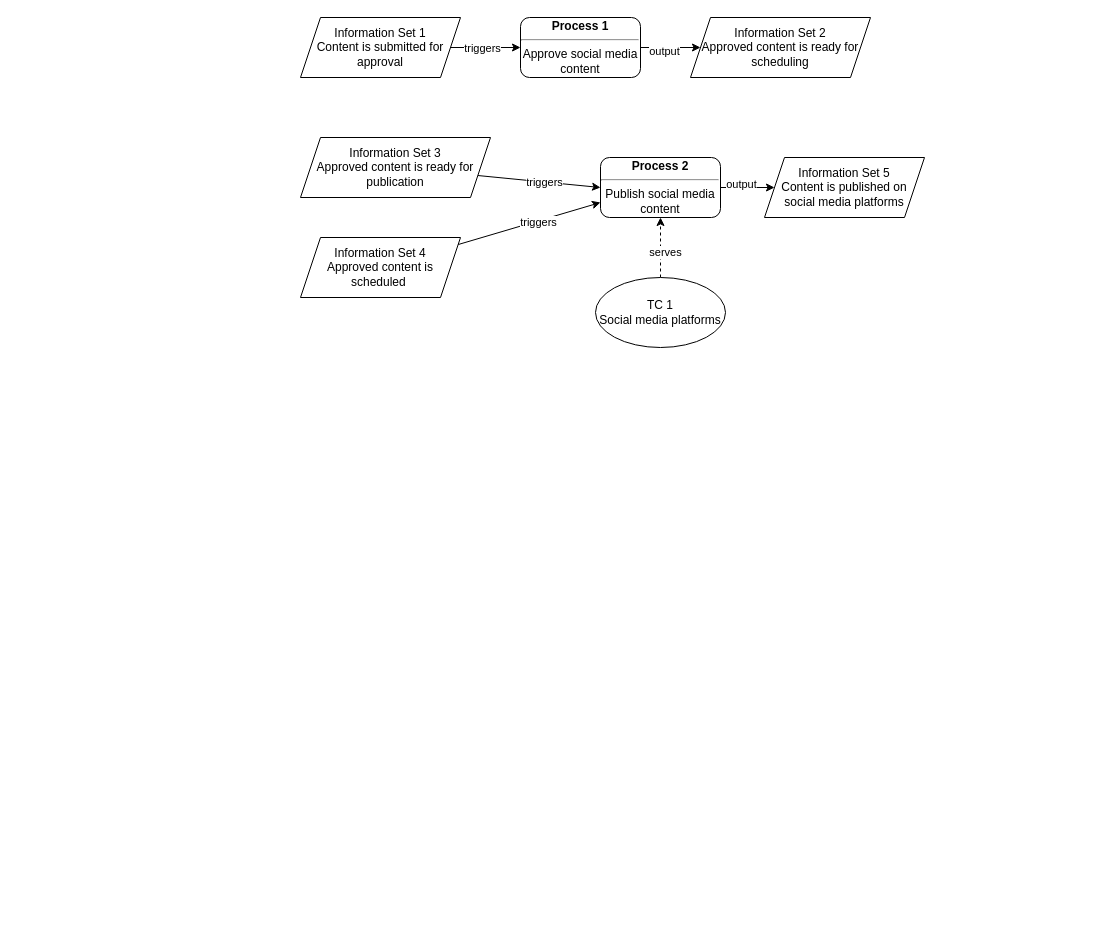
Before: page "business_process" (6 of 8) of Start Norge.drawio in marhjoh/TDT4252-Enterprise-Architecture-for-Enterprise-Innovation, a draw.io diagram. Source tidied: cells renumbered, new cells numbered last; positions are measured from the earlier drawing's top-left corner, leaving out a move shared by most shapes. Both pictures are drawn from the tidied source at 100%, with x=0, y=0 at pixel (300, 17).
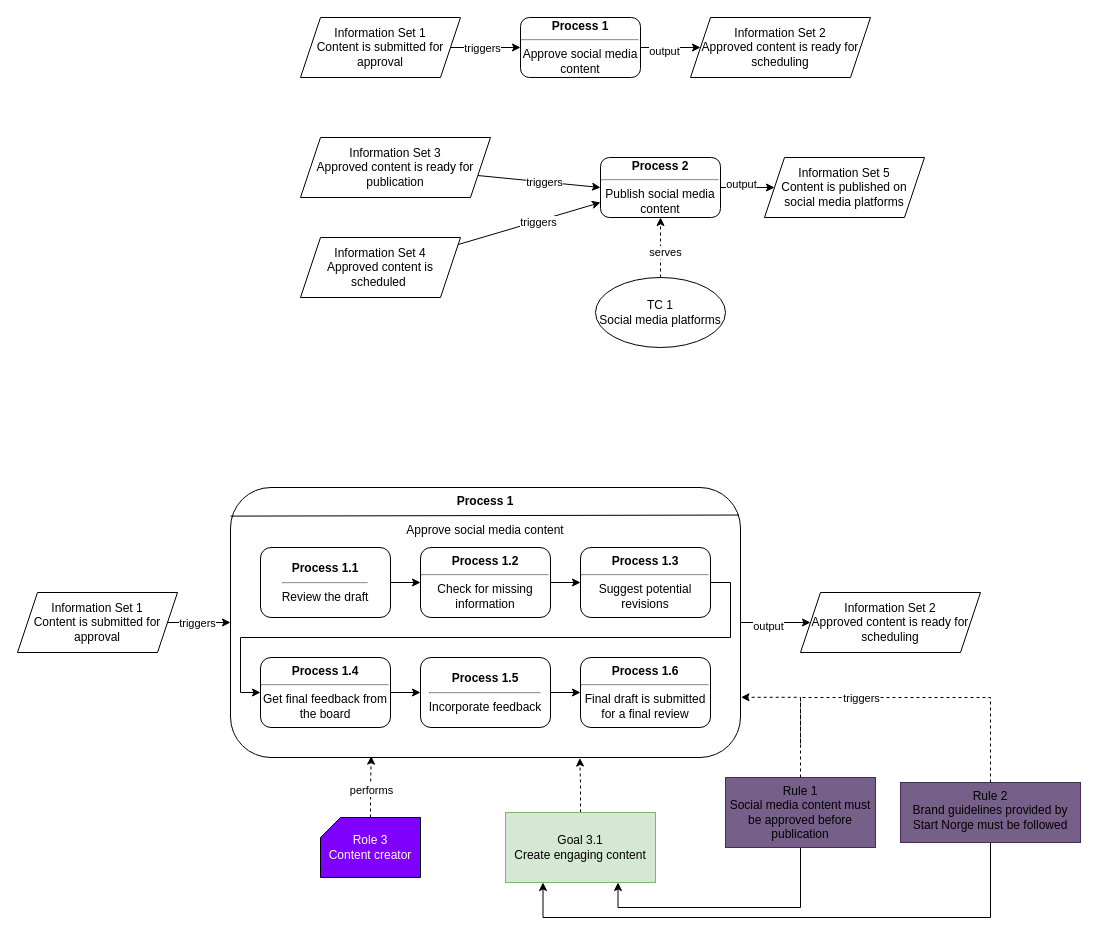
The same page after the edit.

Commit message:
add: subprocess approve social media content

The edit, as a diff of the source:
```diff
@@
+    <mxCell id="22" style="edgeStyle=orthogonalEdgeStyle;rounded=0;jettySize=auto;html=1;entryX=0;entryY=0.5;entryDx=0;entryDy=0;" parent="1" edge="1" source="24" target="28">
+      <mxGeometry relative="1" as="geometry" />
+    </mxCell>
+    <mxCell id="23" value="output" style="edgeLabel;html=1;align=center;verticalAlign=middle;" parent="22" vertex="1">
+      <mxGeometry x="-0.22" y="-3" relative="1" as="geometry" />
+    </mxCell>
+    <mxCell id="24" value="&lt;b&gt;Process 1&lt;/b&gt;&lt;div&gt;&lt;br&gt;&lt;/div&gt;&lt;div&gt;Approve social media content&lt;div&gt;&lt;/div&gt;&lt;/div&gt;" style="rounded=1;whiteSpace=wrap;html=1;verticalAlign=top;" parent="1" vertex="1">
+      <mxGeometry x="-70" y="470" width="510" height="270" as="geometry" />
+    </mxCell>
+    <mxCell id="25" style="edgeStyle=orthogonalEdgeStyle;rounded=0;jettySize=auto;html=1;entryX=0;entryY=0.5;entryDx=0;entryDy=0;" parent="1" edge="1" source="27" target="24">
+      <mxGeometry relative="1" as="geometry" />
+    </mxCell>
+    <mxCell id="26" value="triggers" style="edgeLabel;html=1;align=center;verticalAlign=middle;" parent="25" vertex="1">
+      <mxGeometry x="-0.44" relative="1" as="geometry">
+        <mxPoint x="11" as="offset" />
+      </mxGeometry>
+    </mxCell>
+    <mxCell id="27" value="Information Set 1&lt;div&gt;Content is submitted for approval&lt;/div&gt;" style="shape=parallelogram;perimeter=parallelogramPerimeter;whiteSpace=wrap;html=1;fixedSize=1;" parent="1" vertex="1">
+      <mxGeometry x="-283" y="575" width="160" height="60" as="geometry" />
+    </mxCell>
+    <mxCell id="28" value="Information Set 2&lt;div&gt;Approved content is ready for scheduling&lt;/div&gt;" style="shape=parallelogram;perimeter=parallelogramPerimeter;whiteSpace=wrap;html=1;fixedSize=1;" parent="1" vertex="1">
+      <mxGeometry x="500" y="575" width="180" height="60" as="geometry" />
+    </mxCell>
+    <mxCell id="29" value="&lt;b&gt;Process 1.6&lt;/b&gt;&lt;hr&gt;Final draft is submitted for a final review&lt;div&gt;&lt;/div&gt;" style="rounded=1;whiteSpace=wrap;html=1;" parent="1" vertex="1">
+      <mxGeometry x="280" y="640" width="130" height="70" as="geometry" />
+    </mxCell>
+    <mxCell id="30" value="&lt;b&gt;Process 1.5&lt;/b&gt;&lt;hr&gt;Incorporate feedback&lt;div&gt;&lt;/div&gt;" style="rounded=1;whiteSpace=wrap;html=1;" parent="1" vertex="1">
+      <mxGeometry x="120" y="640" width="130" height="70" as="geometry" />
+    </mxCell>
+    <mxCell id="31" style="edgeStyle=orthogonalEdgeStyle;rounded=0;jettySize=auto;html=1;entryX=0;entryY=0.5;entryDx=0;entryDy=0;exitX=1;exitY=0.5;exitDx=0;exitDy=0;" parent="1" edge="1" source="41" target="40">
+      <mxGeometry relative="1" as="geometry">
+        <Array as="points">
+          <mxPoint x="430" y="565" />
+          <mxPoint x="430" y="620" />
+          <mxPoint x="-60" y="620" />
+          <mxPoint x="-60" y="675" />
+        </Array>
+      </mxGeometry>
+    </mxCell>
+    <mxCell id="32" style="edgeStyle=orthogonalEdgeStyle;rounded=0;jettySize=auto;html=1;entryX=0;entryY=0.5;entryDx=0;entryDy=0;" parent="1" edge="1" source="33" target="41">
+      <mxGeometry relative="1" as="geometry" />
+    </mxCell>
+    <mxCell id="33" value="&lt;b&gt;Process 1.2&lt;/b&gt;&lt;hr&gt;Check for missing information&lt;div&gt;&lt;/div&gt;" style="rounded=1;whiteSpace=wrap;html=1;" parent="1" vertex="1">
+      <mxGeometry x="120" y="530" width="130" height="70" as="geometry" />
+    </mxCell>
+    <mxCell id="34" style="edgeStyle=orthogonalEdgeStyle;rounded=0;jettySize=auto;html=1;" parent="1" edge="1" source="35" target="33">
+      <mxGeometry relative="1" as="geometry" />
+    </mxCell>
+    <mxCell id="35" value="&lt;b&gt;Process 1.1&lt;/b&gt;&lt;hr&gt;Review the draft&lt;div&gt;&lt;/div&gt;" style="rounded=1;whiteSpace=wrap;html=1;" parent="1" vertex="1">
+      <mxGeometry x="-40" y="530" width="130" height="70" as="geometry" />
+    </mxCell>
+    <mxCell id="36" style="edgeStyle=orthogonalEdgeStyle;rounded=0;jettySize=auto;html=1;entryX=0.276;entryY=0.995;entryDx=0;entryDy=0;dashed=1;entryPerimeter=0;" parent="1" edge="1" source="38" target="24">
+      <mxGeometry relative="1" as="geometry" />
+    </mxCell>
+    <mxCell id="37" value="performs" style="edgeLabel;html=1;align=center;verticalAlign=middle;" parent="36" vertex="1">
+      <mxGeometry x="-0.09" relative="1" as="geometry" />
+    </mxCell>
+    <mxCell id="38" value="Role 3&lt;div&gt;Content creator&lt;/div&gt;" style="verticalLabelPosition=middle;verticalAlign=middle;html=1;shape=card;whiteSpace=wrap;size=20;arcSize=12;align=center;fillColor=#7F00FF;labelPosition=center;fontColor=#FFFFFF;" parent="1" vertex="1">
+      <mxGeometry x="20" y="800" width="100" height="60" as="geometry" />
+    </mxCell>
+    <mxCell id="39" style="edgeStyle=orthogonalEdgeStyle;rounded=0;jettySize=auto;html=1;" parent="1" edge="1" source="40" target="30">
+      <mxGeometry relative="1" as="geometry" />
+    </mxCell>
+    <mxCell id="40" value="&lt;b&gt;Process 1.4&lt;/b&gt;&lt;hr&gt;Get final feedback from the board&lt;div&gt;&lt;/div&gt;" style="rounded=1;whiteSpace=wrap;html=1;" parent="1" vertex="1">
+      <mxGeometry x="-40" y="640" width="130" height="70" as="geometry" />
+    </mxCell>
+    <mxCell id="41" value="&lt;b&gt;Process 1.3&lt;/b&gt;&lt;hr&gt;Suggest potential revisions&lt;div&gt;&lt;/div&gt;" style="rounded=1;whiteSpace=wrap;html=1;" parent="1" vertex="1">
+      <mxGeometry x="280" y="530" width="130" height="70" as="geometry" />
+    </mxCell>
+    <mxCell id="42" style="endArrow=none;html=1;rounded=0;exitX=0;exitY=0.106;exitDx=0;exitDy=0;exitPerimeter=0;entryX=0.997;entryY=0.102;entryDx=0;entryDy=0;entryPerimeter=0;" parent="1" edge="1" source="24" target="24">
+      <mxGeometry relative="1" as="geometry" />
+    </mxCell>
+    <mxCell id="43" style="edgeStyle=orthogonalEdgeStyle;rounded=0;jettySize=auto;html=1;entryX=0;entryY=0.5;entryDx=0;entryDy=0;" parent="1" edge="1" source="30" target="29">
+      <mxGeometry relative="1" as="geometry" />
+    </mxCell>
+    <mxCell id="44" style="edgeStyle=orthogonalEdgeStyle;rounded=0;jettySize=auto;html=1;entryX=0.25;entryY=1;entryDx=0;entryDy=0;" parent="1" edge="1" source="45" target="49">
+      <mxGeometry relative="1" as="geometry">
+        <Array as="points">
+          <mxPoint x="690" y="900" />
+          <mxPoint x="243" y="900" />
+        </Array>
+      </mxGeometry>
+    </mxCell>
+    <mxCell id="45" value="Rule 2&lt;div&gt;&lt;div&gt;Brand guidelines provided by Start Norge must be followed&lt;/div&gt;&lt;div&gt;&lt;br&gt;&lt;/div&gt;&lt;/div&gt;" style="rounded=0;whiteSpace=wrap;html=1;strokeColor=#432D57;fillColor=#76608a;fontColor=#000000;align=center;verticalAlign=top;" parent="1" vertex="1">
+      <mxGeometry x="600" y="765" width="180" height="60" as="geometry" />
+    </mxCell>
+    <mxCell id="46" style="edgeStyle=orthogonalEdgeStyle;rounded=0;jettySize=auto;html=1;entryX=0.75;entryY=1;entryDx=0;entryDy=0;exitX=0.5;exitY=1;exitDx=0;exitDy=0;" parent="1" edge="1" source="47" target="49">
+      <mxGeometry relative="1" as="geometry">
+        <Array as="points">
+          <mxPoint x="500" y="890" />
+          <mxPoint x="318" y="890" />
+          <mxPoint x="318" y="865" />
+        </Array>
+      </mxGeometry>
+    </mxCell>
+    <mxCell id="47" value="Rule 1&lt;div&gt;Social media content must be approved before publication&lt;/div&gt;" style="rounded=0;whiteSpace=wrap;html=1;strokeColor=#432D57;fillColor=#76608a;fontColor=#000000;verticalAlign=top;" parent="1" vertex="1">
+      <mxGeometry x="425" y="760" width="150" height="70" as="geometry" />
+    </mxCell>
+    <mxCell id="48" style="edgeStyle=orthogonalEdgeStyle;rounded=0;jettySize=auto;html=1;entryX=0.685;entryY=1.002;entryDx=0;entryDy=0;entryPerimeter=0;dashed=1;" parent="1" edge="1" source="49" target="24">
+      <mxGeometry relative="1" as="geometry" />
+    </mxCell>
+    <mxCell id="49" value="&lt;div&gt;Goal 3.1&lt;/div&gt;&lt;div&gt;Create engaging content&lt;/div&gt;" style="rounded=0;whiteSpace=wrap;html=1;fillColor=#d5e8d4;strokeColor=#82b366;" parent="1" vertex="1">
+      <mxGeometry x="205" y="795" width="150" height="70" as="geometry" />
+    </mxCell>
+    <mxCell id="50" style="rounded=0;jettySize=auto;html=1;endArrow=none;endFill=0;exitX=0.5;exitY=0;exitDx=0;exitDy=0;edgeStyle=orthogonalEdgeStyle;dashed=1;" parent="1" edge="1" source="45">
+      <mxGeometry relative="1" as="geometry">
+        <mxPoint x="500" y="730" as="targetPoint" />
+        <Array as="points">
+          <mxPoint x="690" y="680" />
+          <mxPoint x="500" y="680" />
+        </Array>
+      </mxGeometry>
+    </mxCell>
+    <mxCell id="51" value="triggers" style="edgeLabel;html=1;align=center;verticalAlign=middle;" parent="50" vertex="1">
+      <mxGeometry x="0.32" relative="1" as="geometry" />
+    </mxCell>
+    <mxCell id="52" style="edgeStyle=orthogonalEdgeStyle;rounded=0;jettySize=auto;html=1;dashed=1;entryX=1.001;entryY=0.777;entryDx=0;entryDy=0;entryPerimeter=0;" parent="1" edge="1" source="47" target="24">
+      <mxGeometry relative="1" as="geometry">
+        <Array as="points">
+          <mxPoint x="500" y="680" />
+          <mxPoint x="441" y="680" />
+        </Array>
+      </mxGeometry>
+    </mxCell>
```
